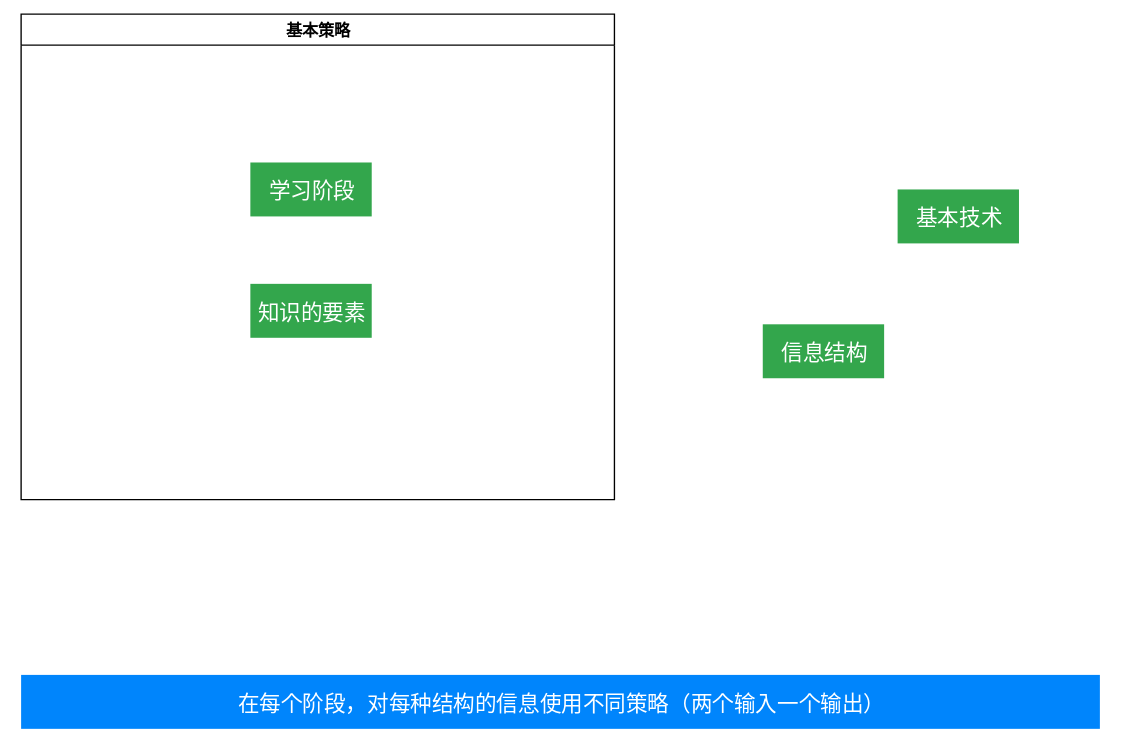
This is 笔记/学习方法/img/整体性学习.svg from Echo-Yanglulu/obsidianPrivateNote, a draw.io export, as it was before one commit. Source tidied: cells renumbered, new cells last; positions are measured from the earlier drawing's top-left corner, leaving out a move shared by most shapes.
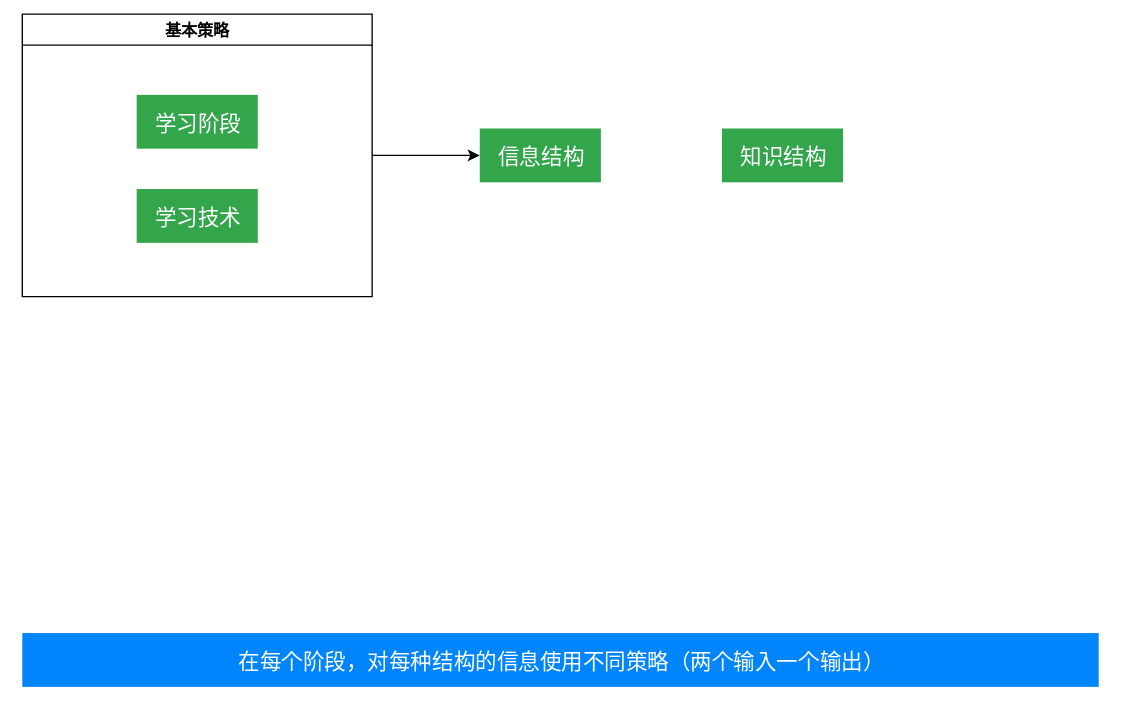
The same file after the commit.

The edit, as a diff of the source:
```diff
@@ -2,23 +2,26 @@
   <root>
     <mxCell id="0" />
     <mxCell id="1" parent="0" />
-    <mxCell id="2" value="基本技术" style="html=1;shadow=0;dashed=0;shape=mxgraph.bootstrap.rrect;rSize=5;strokeColor=none;strokeWidth=1;fillColor=#33A64C;fontColor=#FFFFFF;whiteSpace=wrap;align=center;verticalAlign=middle;spacingLeft=0;fontStyle=0;fontSize=16;spacing=5;" parent="1" vertex="1">
-      <mxGeometry x="650" y="130" width="90" height="40" as="geometry" />
-    </mxCell>
+    <mxCell id="8" style="edgeStyle=orthogonalEdgeStyle;html=1;" parent="1" edge="1" source="3" target="7">
+      <mxGeometry relative="1" as="geometry" />
+    </mxCell>
     <mxCell id="3" value="基本策略" style="swimlane;" parent="1" vertex="1">
-      <mxGeometry width="440" height="360" as="geometry" />
+      <mxGeometry y="30" width="260" height="210" as="geometry" />
     </mxCell>
     <mxCell id="4" value="学习阶段" style="html=1;shadow=0;dashed=0;shape=mxgraph.bootstrap.rrect;rSize=5;strokeColor=none;strokeWidth=1;fillColor=#33A64C;fontColor=#FFFFFF;whiteSpace=wrap;align=center;verticalAlign=middle;spacingLeft=0;fontStyle=0;fontSize=16;spacing=5;" parent="3" vertex="1">
-      <mxGeometry x="170" y="110" width="90" height="40" as="geometry" />
+      <mxGeometry x="85" y="60" width="90" height="40" as="geometry" />
     </mxCell>
-    <mxCell id="5" value="知识的要素" style="html=1;shadow=0;dashed=0;shape=mxgraph.bootstrap.rrect;rSize=5;strokeColor=none;strokeWidth=1;fillColor=#33A64C;fontColor=#FFFFFF;whiteSpace=wrap;align=center;verticalAlign=middle;spacingLeft=0;fontStyle=0;fontSize=16;spacing=5;" parent="3" vertex="1">
-      <mxGeometry x="170" y="200" width="90" height="40" as="geometry" />
+    <mxCell id="5" value="学习技术" style="html=1;shadow=0;dashed=0;shape=mxgraph.bootstrap.rrect;rSize=5;strokeColor=none;strokeWidth=1;fillColor=#33A64C;fontColor=#FFFFFF;whiteSpace=wrap;align=center;verticalAlign=middle;spacingLeft=0;fontStyle=0;fontSize=16;spacing=5;" parent="3" vertex="1">
+      <mxGeometry x="85" y="130" width="90" height="40" as="geometry" />
     </mxCell>
     <mxCell id="6" value="在每个阶段，对每种结构的信息使用不同策略（两个输入一个输出）" style="html=1;shadow=0;dashed=0;shape=mxgraph.bootstrap.rrect;rSize=5;strokeColor=none;strokeWidth=1;fillColor=#0085FC;fontColor=#FFFFFF;whiteSpace=wrap;align=center;verticalAlign=middle;spacingLeft=0;fontStyle=0;fontSize=16;spacing=5;" parent="1" vertex="1">
       <mxGeometry y="490" width="800" height="40" as="geometry" />
     </mxCell>
     <mxCell id="7" value="信息结构" style="html=1;shadow=0;dashed=0;shape=mxgraph.bootstrap.rrect;rSize=5;strokeColor=none;strokeWidth=1;fillColor=#33A64C;fontColor=#FFFFFF;whiteSpace=wrap;align=center;verticalAlign=middle;spacingLeft=0;fontStyle=0;fontSize=16;spacing=5;" parent="1" vertex="1">
-      <mxGeometry x="550" y="230" width="90" height="40" as="geometry" />
+      <mxGeometry x="340" y="115" width="90" height="40" as="geometry" />
     </mxCell>
+    <mxCell id="9" value="知识结构" style="html=1;shadow=0;dashed=0;shape=mxgraph.bootstrap.rrect;rSize=5;strokeColor=none;strokeWidth=1;fillColor=#33A64C;fontColor=#FFFFFF;whiteSpace=wrap;align=center;verticalAlign=middle;spacingLeft=0;fontStyle=0;fontSize=16;spacing=5;" parent="1" vertex="1">
+      <mxGeometry x="520" y="115" width="90" height="40" as="geometry" />
+    </mxCell>
   </root>
 </mxGraphModel>
```
